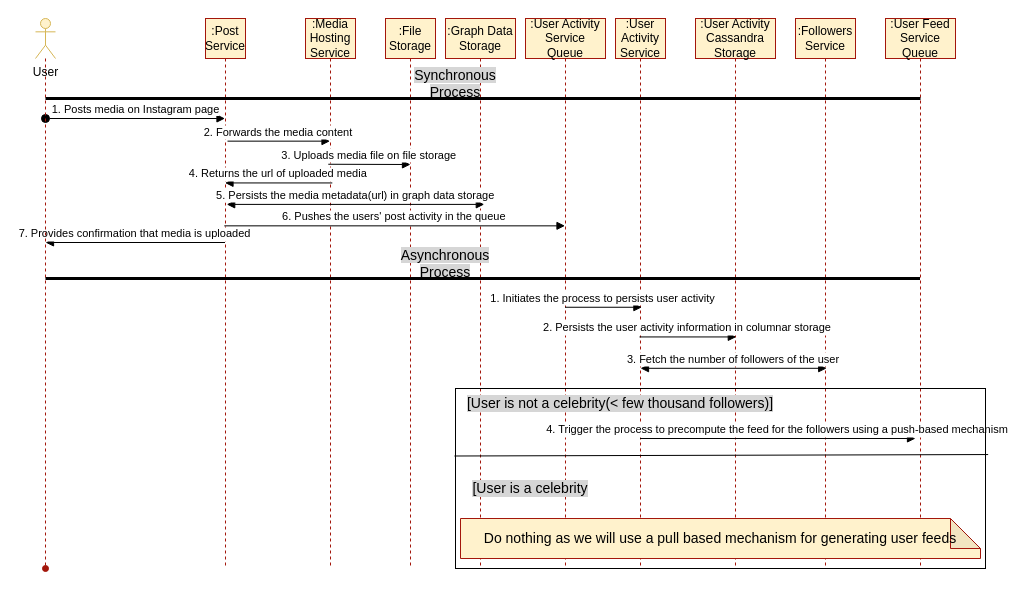
ela4490/medium-articles keeps this draw.io diagram as PostingInstagram.drawio. Above is the earlier version. Source tidied: cells renumbered, new cells numbered last; positions are measured from the earlier drawing's top-left corner, leaving out a move shared by most shapes. Both pictures are drawn from the tidied source at 100%, with x=0, y=0 at pixel (35, 18).
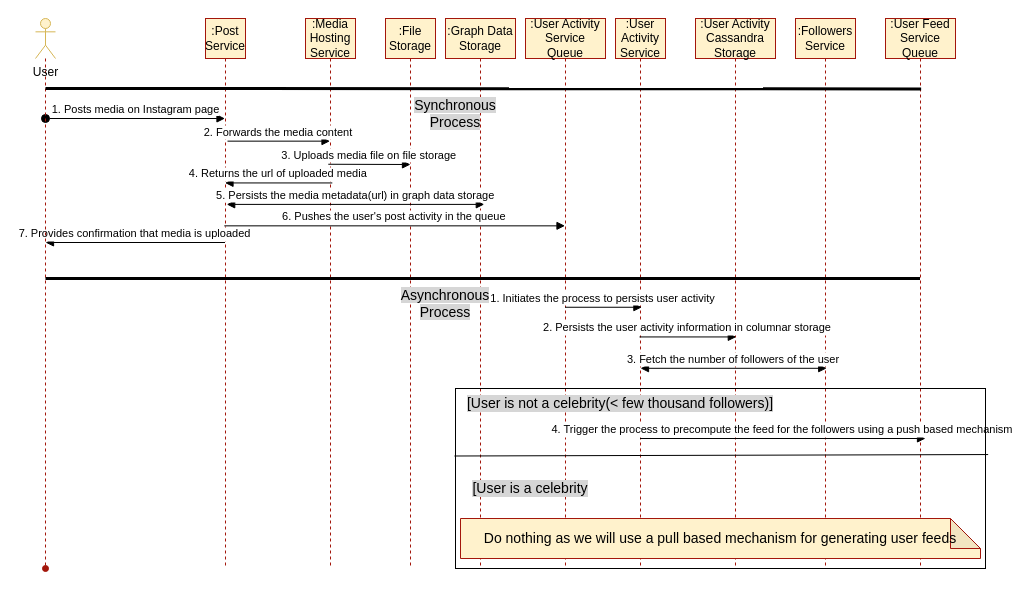
The same diagram, later.

The change refers to these unchanged cells:
```xml
<mxCell id="2" value=":Post Service" style="shape=umlLifeline;perimeter=lifelinePerimeter;rounded=0;shadow=0;strokeWidth=1;whiteSpace=wrap;fillColor=#fff2cc;strokeColor=#A3160B;" parent="1" vertex="1">
  <mxGeometry x="170" width="40" height="550" as="geometry" />
</mxCell>
<mxCell id="8" value=":Graph Data Storage" style="shape=umlLifeline;perimeter=lifelinePerimeter;rounded=0;shadow=0;strokeWidth=1;align=center;whiteSpace=wrap;fillColor=#fff2cc;strokeColor=#A3160B;" parent="1" vertex="1">
  <mxGeometry x="410" width="70" height="550" as="geometry" />
</mxCell>
<mxCell id="11" value=":User Activity Service Queue" style="shape=umlLifeline;perimeter=lifelinePerimeter;rounded=0;shadow=0;strokeWidth=1;align=center;whiteSpace=wrap;fillColor=#fff2cc;strokeColor=#A3160B;" parent="1" vertex="1">
  <mxGeometry x="490" width="80" height="550" as="geometry" />
</mxCell>
<mxCell id="12" value=":User Activity Service" style="shape=umlLifeline;perimeter=lifelinePerimeter;rounded=0;shadow=0;strokeWidth=1;align=center;whiteSpace=wrap;fillColor=#fff2cc;strokeColor=#A3160B;" parent="1" vertex="1">
  <mxGeometry x="580" width="50" height="550" as="geometry" />
</mxCell>
<mxCell id="15" value=":User Feed Service Queue" style="shape=umlLifeline;perimeter=lifelinePerimeter;rounded=0;shadow=0;strokeWidth=1;align=center;whiteSpace=wrap;fillColor=#fff2cc;strokeColor=#A3160B;" parent="1" vertex="1">
  <mxGeometry x="850" width="70" height="550" as="geometry" />
</mxCell>
```

The edit, as a diff of the source:
```diff
@@
     <mxCell id="9" value="&lt;font style=&quot;font-size: 14px ; background-color: rgb(214 , 214 , 214)&quot;&gt;Asynchronous Process&lt;/font&gt;" style="text;html=1;strokeColor=none;fillColor=none;align=center;verticalAlign=middle;whiteSpace=wrap;rounded=0;" parent="8" vertex="1">
-      <mxGeometry x="-30" y="230" width="60" height="30" as="geometry" />
+      <mxGeometry x="-30" y="270" width="60" height="30" as="geometry" />
     </mxCell>
     <mxCell id="10" value="&lt;font style=&quot;font-size: 14px ; background-color: rgb(214 , 214 , 214)&quot;&gt;Synchronous Process&lt;/font&gt;" style="text;html=1;strokeColor=none;fillColor=none;align=center;verticalAlign=middle;whiteSpace=wrap;rounded=0;" parent="8" vertex="1">
-      <mxGeometry x="-20" y="50" width="60" height="30" as="geometry" />
+      <mxGeometry x="-20" y="80" width="60" height="30" as="geometry" />
     </mxCell>
@@
-    <mxCell id="18" value="6. Pushes the users' post activity in the queue" style="verticalAlign=bottom;endArrow=block;shadow=0;strokeWidth=1;exitX=0.47;exitY=0.377;exitDx=0;exitDy=0;exitPerimeter=0;" parent="1" edge="1" source="2" target="11">
+    <mxCell id="18" value="6. Pushes the user's post activity in the queue" style="verticalAlign=bottom;endArrow=block;shadow=0;strokeWidth=1;exitX=0.47;exitY=0.377;exitDx=0;exitDy=0;exitPerimeter=0;" parent="1" edge="1" source="2" target="11">
       <mxGeometry relative="1" as="geometry" />
     </mxCell>
@@
-    <mxCell id="23" style="endArrow=none;html=1;rounded=0;shadow=0;strokeColor=#000000;strokeWidth=3;" parent="1" edge="1">
+    <mxCell id="23" style="endArrow=none;html=1;rounded=0;shadow=0;strokeColor=#000000;strokeWidth=3;entryX=0.509;entryY=0.128;entryDx=0;entryDy=0;entryPerimeter=0;" parent="1" edge="1" target="15">
       <mxGeometry relative="1" as="geometry">
-        <mxPoint x="10" y="80" as="sourcePoint" />
-        <mxPoint x="885" y="80" as="targetPoint" />
+        <mxPoint x="10" y="70" as="sourcePoint" />
       </mxGeometry>
     </mxCell>
@@
-    <mxCell id="29" value="4. Trigger the process to precompute the feed for the followers using a push-based mechanism" style="verticalAlign=bottom;endArrow=none;shadow=0;strokeWidth=1;endFill=0;startArrow=block;startFill=1;" parent="1" edge="1" target="12">
+    <mxCell id="29" value="4. Trigger the process to precompute the feed for the followers using a push based mechanism" style="verticalAlign=bottom;endArrow=none;shadow=0;strokeWidth=1;endFill=0;startArrow=block;startFill=1;" parent="1" edge="1" target="12">
       <mxGeometry relative="1" as="geometry">
-        <mxPoint x="880" y="420" as="sourcePoint" />
+        <mxPoint x="890" y="420" as="sourcePoint" />
       </mxGeometry>
     </mxCell>
```
